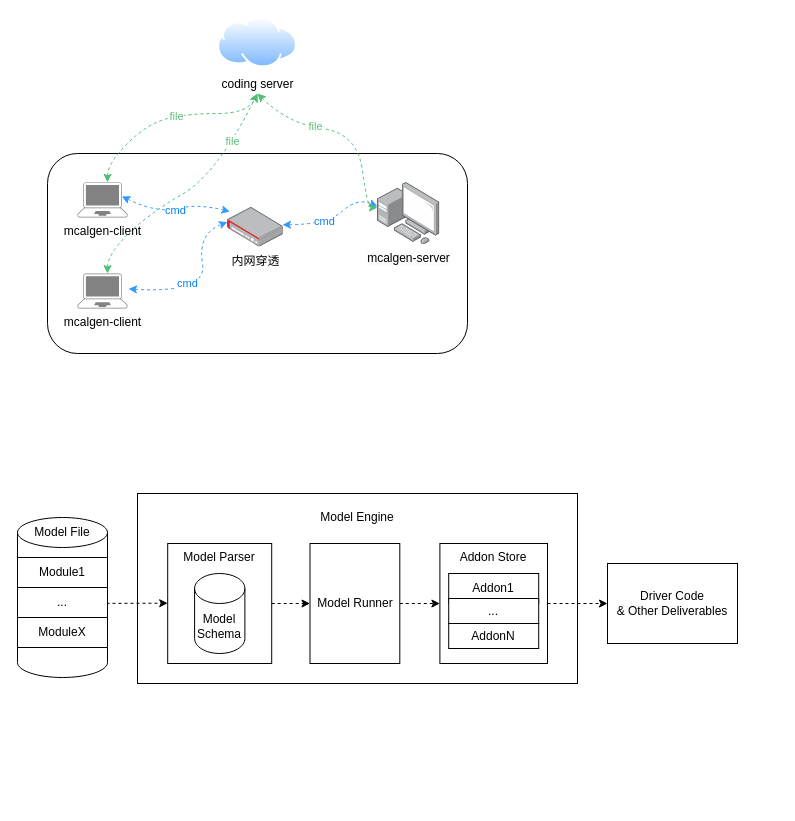
This is page "第 11 页" (11 of 11) of cx3288_sdk.drawio from hehenihao/chart, a draw.io file, before an edit. Source tidied: cells renumbered, new cells numbered last; positions are measured from the earlier drawing's top-left corner, leaving out a move shared by most shapes. Both pictures are drawn from the tidied source at 100%, with x=0, y=0 at pixel (17, 17).
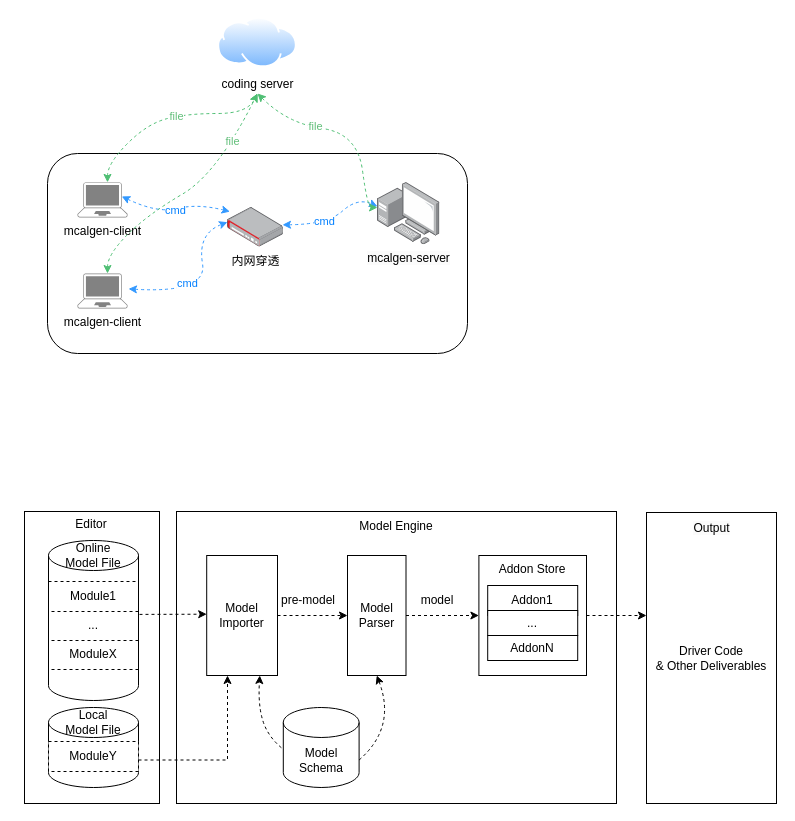
The same page after the edit.

What changed in the source:
```diff
@@
+    <mxCell id="39" style="rounded=0;whiteSpace=wrap;html=1;" parent="1" vertex="1">
+      <mxGeometry x="7" y="494" width="135" height="292" as="geometry" />
+    </mxCell>
     <mxCell id="2" style="rounded=0;whiteSpace=wrap;html=1;" parent="1" vertex="1">
-      <mxGeometry x="120" y="476" width="440" height="190" as="geometry" />
+      <mxGeometry x="159" y="494" width="440" height="292" as="geometry" />
     </mxCell>
@@
-    <mxCell id="21" style="shape=cylinder3;whiteSpace=wrap;html=1;boundedLbl=1;backgroundOutline=1;size=15;horizontal=1;verticalAlign=middle;" parent="1" vertex="1">
-      <mxGeometry y="500" width="90" height="160" as="geometry" />
-    </mxCell>
-    <mxCell id="22" value="Model File" style="text;html=1;align=center;verticalAlign=middle;whiteSpace=wrap;rounded=0;" parent="1" vertex="1">
-      <mxGeometry x="15" y="500" width="60" height="30" as="geometry" />
+    <mxCell id="22" value="Online Model File" style="text;html=1;align=center;verticalAlign=middle;whiteSpace=wrap;rounded=0;" parent="1" vertex="1">
+      <mxGeometry x="46" y="523" width="60" height="30" as="geometry" />
     </mxCell>
-    <mxCell id="23" value="Module1" style="rounded=0;whiteSpace=wrap;html=1;" parent="1" vertex="1">
-      <mxGeometry y="540" width="90" height="30" as="geometry" />
-    </mxCell>
-    <mxCell id="24" value="ModuleX" style="rounded=0;whiteSpace=wrap;html=1;" parent="1" vertex="1">
-      <mxGeometry y="600" width="90" height="30" as="geometry" />
+    <mxCell id="24" value="ModuleX" style="rounded=0;whiteSpace=wrap;html=1;dashed=1;" parent="1" vertex="1">
+      <mxGeometry x="31" y="622" width="90" height="30" as="geometry" />
     </mxCell>
     <mxCell id="25" value="Model Engine" style="text;html=1;align=center;verticalAlign=middle;whiteSpace=wrap;rounded=0;" parent="1" vertex="1">
-      <mxGeometry x="122.1" y="485" width="435.8" height="30" as="geometry" />
+      <mxGeometry x="161.1" y="494" width="435.8" height="30" as="geometry" />
     </mxCell>
-    <mxCell id="26" value="Model Parser" style="rounded=0;whiteSpace=wrap;html=1;verticalAlign=top;" parent="1" vertex="1">
-      <mxGeometry x="150.2" y="526" width="104" height="120" as="geometry" />
+    <mxCell id="26" value="Model Importer" style="rounded=0;whiteSpace=wrap;html=1;verticalAlign=middle;" parent="1" vertex="1">
+      <mxGeometry x="189.2" y="538" width="70.8" height="120" as="geometry" />
     </mxCell>
     <mxCell id="27" style="endArrow=classic;html=1;rounded=0;entryX=0.012;entryY=0.29;entryDx=0;entryDy=0;exitX=1;exitY=0.5;exitDx=0;exitDy=0;dashed=1;entryPerimeter=0;" parent="1" edge="1">
       <mxGeometry relative="1" as="geometry">
-        <mxPoint x="83" y="585.9" as="sourcePoint" />
-        <mxPoint x="150.2" y="585.7" as="targetPoint" />
+        <mxPoint x="122" y="596.9" as="sourcePoint" />
+        <mxPoint x="189.2" y="596.7" as="targetPoint" />
       </mxGeometry>
     </mxCell>
-    <mxCell id="28" value="Model Schema" style="shape=cylinder3;whiteSpace=wrap;html=1;boundedLbl=1;backgroundOutline=1;size=15;" parent="1" vertex="1">
-      <mxGeometry x="177.1" y="556" width="50.3" height="80" as="geometry" />
-    </mxCell>
@@
-    <mxCell id="30" value="Model Runner" style="rounded=0;whiteSpace=wrap;html=1;verticalAlign=middle;" parent="1" vertex="1">
-      <mxGeometry x="292.5" y="526" width="89.8" height="120" as="geometry" />
+    <mxCell id="30" value="Model Parser" style="rounded=0;whiteSpace=wrap;html=1;verticalAlign=middle;" parent="1" vertex="1">
+      <mxGeometry x="330" y="538" width="58.5" height="120" as="geometry" />
     </mxCell>
@@
     <mxCell id="32" value="Driver Code&lt;br&gt;&amp;amp; Other Deliverables&lt;br&gt;" style="rounded=0;whiteSpace=wrap;html=1;" parent="1" vertex="1">
-      <mxGeometry x="590" y="546" width="130" height="80" as="geometry" />
+      <mxGeometry x="629" y="495" width="130" height="291" as="geometry" />
     </mxCell>
     <mxCell id="33" value="Addon Store" style="rounded=0;whiteSpace=wrap;html=1;verticalAlign=top;" parent="1" vertex="1">
-      <mxGeometry x="422.4" y="526" width="107.6" height="120" as="geometry" />
+      <mxGeometry x="461.4" y="538" width="107.6" height="120" as="geometry" />
     </mxCell>
     <mxCell id="34" value="Addon1" style="rounded=0;whiteSpace=wrap;html=1;" parent="1" vertex="1">
-      <mxGeometry x="431.2" y="556" width="90" height="30" as="geometry" />
+      <mxGeometry x="470.2" y="568" width="90" height="30" as="geometry" />
     </mxCell>
     <mxCell id="35" value="..." style="rounded=0;whiteSpace=wrap;html=1;" parent="1" vertex="1">
-      <mxGeometry x="431.2" y="581" width="90" height="25" as="geometry" />
+      <mxGeometry x="470.2" y="593" width="90" height="25" as="geometry" />
     </mxCell>
     <mxCell id="36" value="AddonN" style="rounded=0;whiteSpace=wrap;html=1;" parent="1" vertex="1">
-      <mxGeometry x="431.2" y="606" width="90" height="25" as="geometry" />
+      <mxGeometry x="470.2" y="618" width="90" height="25" as="geometry" />
     </mxCell>
     <mxCell id="37" style="edgeStyle=orthogonalEdgeStyle;rounded=0;jettySize=auto;html=1;dashed=1;exitX=1;exitY=0.5;exitDx=0;exitDy=0;" parent="1" edge="1" source="33" target="32">
-      <mxGeometry relative="1" as="geometry" />
+      <mxGeometry relative="1" as="geometry">
+        <Array as="points">
+          <mxPoint x="620" y="598" />
+          <mxPoint x="620" y="598" />
+        </Array>
+      </mxGeometry>
     </mxCell>
-    <mxCell id="38" value="..." style="rounded=0;whiteSpace=wrap;html=1;" parent="1" vertex="1">
-      <mxGeometry y="570" width="90" height="30" as="geometry" />
+    <mxCell id="38" value="..." style="rounded=0;whiteSpace=wrap;html=1;dashed=1;" parent="1" vertex="1">
+      <mxGeometry x="31" y="593" width="90" height="30" as="geometry" />
     </mxCell>
+    <mxCell id="40" style="edgeStyle=orthogonalEdgeStyle;rounded=0;jettySize=auto;html=1;exitX=1;exitY=0;exitDx=0;exitDy=52.5;exitPerimeter=0;dashed=1;" parent="1" edge="1" source="41" target="26">
+      <mxGeometry relative="1" as="geometry">
+        <Array as="points">
+          <mxPoint x="210" y="743" />
+        </Array>
+      </mxGeometry>
+    </mxCell>
+    <mxCell id="41" style="shape=cylinder3;whiteSpace=wrap;html=1;boundedLbl=1;backgroundOutline=1;size=15;horizontal=1;verticalAlign=middle;fillColor=none;" parent="1" vertex="1">
+      <mxGeometry x="31" y="690" width="90" height="80" as="geometry" />
+    </mxCell>
+    <mxCell id="42" value="ModuleY" style="rounded=0;whiteSpace=wrap;html=1;dashed=1;" parent="1" vertex="1">
+      <mxGeometry x="31" y="724" width="90" height="30" as="geometry" />
+    </mxCell>
+    <mxCell id="43" value="Local&lt;div&gt;Model File&lt;/div&gt;" style="text;html=1;align=center;verticalAlign=middle;whiteSpace=wrap;rounded=0;" parent="1" vertex="1">
+      <mxGeometry x="46" y="690" width="60" height="30" as="geometry" />
+    </mxCell>
+    <mxCell id="44" style="curved=1;endArrow=classic;html=1;rounded=0;entryX=0.5;entryY=1;entryDx=0;entryDy=0;exitX=1;exitY=0;exitDx=0;exitDy=52.5;exitPerimeter=0;dashed=1;" parent="1" edge="1" source="28" target="30">
+      <mxGeometry relative="1" as="geometry">
+        <Array as="points">
+          <mxPoint x="379" y="710" />
+        </Array>
+      </mxGeometry>
+    </mxCell>
+    <mxCell id="45" style="curved=1;endArrow=classic;html=1;rounded=0;entryX=0.75;entryY=1;entryDx=0;entryDy=0;dashed=1;" parent="1" edge="1" target="26">
+      <mxGeometry relative="1" as="geometry">
+        <mxPoint x="279" y="740" as="sourcePoint" />
+        <Array as="points">
+          <mxPoint x="259" y="730" />
+          <mxPoint x="240" y="696" />
+        </Array>
+      </mxGeometry>
+    </mxCell>
+    <mxCell id="23" value="Module1" style="rounded=0;whiteSpace=wrap;html=1;dashed=1;" parent="1" vertex="1">
+      <mxGeometry x="31" y="564" width="90" height="30" as="geometry" />
+    </mxCell>
+    <mxCell id="46" value="Editor" style="text;html=1;align=center;verticalAlign=middle;whiteSpace=wrap;rounded=0;" parent="1" vertex="1">
+      <mxGeometry x="9" y="494" width="130" height="25" as="geometry" />
+    </mxCell>
+    <mxCell id="47" value="pre-model" style="text;html=1;align=center;verticalAlign=middle;whiteSpace=wrap;rounded=0;" parent="1" vertex="1">
+      <mxGeometry x="260.8" y="568" width="60" height="30" as="geometry" />
+    </mxCell>
+    <mxCell id="48" value="model" style="text;html=1;align=center;verticalAlign=middle;whiteSpace=wrap;rounded=0;" parent="1" vertex="1">
+      <mxGeometry x="390" y="568" width="60" height="30" as="geometry" />
+    </mxCell>
+    <mxCell id="21" style="shape=cylinder3;whiteSpace=wrap;html=1;boundedLbl=1;backgroundOutline=1;size=15;horizontal=1;verticalAlign=middle;fillColor=none;" parent="1" vertex="1">
+      <mxGeometry x="31" y="523" width="90" height="160" as="geometry" />
+    </mxCell>
+    <mxCell id="49" value="&lt;span style=&quot;color: rgb(0, 0, 0); font-family: Helvetica; font-size: 12px; font-style: normal; font-variant-ligatures: normal; font-variant-caps: normal; font-weight: 400; letter-spacing: normal; orphans: 2; text-align: center; text-indent: 0px; text-transform: none; widows: 2; word-spacing: 0px; -webkit-text-stroke-width: 0px; white-space: normal; background-color: rgb(251, 251, 251); text-decoration-thickness: initial; text-decoration-style: initial; text-decoration-color: initial; display: inline !important; float: none;&quot;&gt;Output&lt;/span&gt;" style="text;html=1;align=center;verticalAlign=middle;whiteSpace=wrap;rounded=0;" parent="1" vertex="1">
+      <mxGeometry x="629" y="496" width="131" height="30" as="geometry" />
+    </mxCell>
+    <mxCell id="28" value="Model Schema" style="shape=cylinder3;whiteSpace=wrap;html=1;boundedLbl=1;backgroundOutline=1;size=15;" parent="1" vertex="1">
+      <mxGeometry x="265.8" y="690" width="75.8" height="80" as="geometry" />
+    </mxCell>
```
